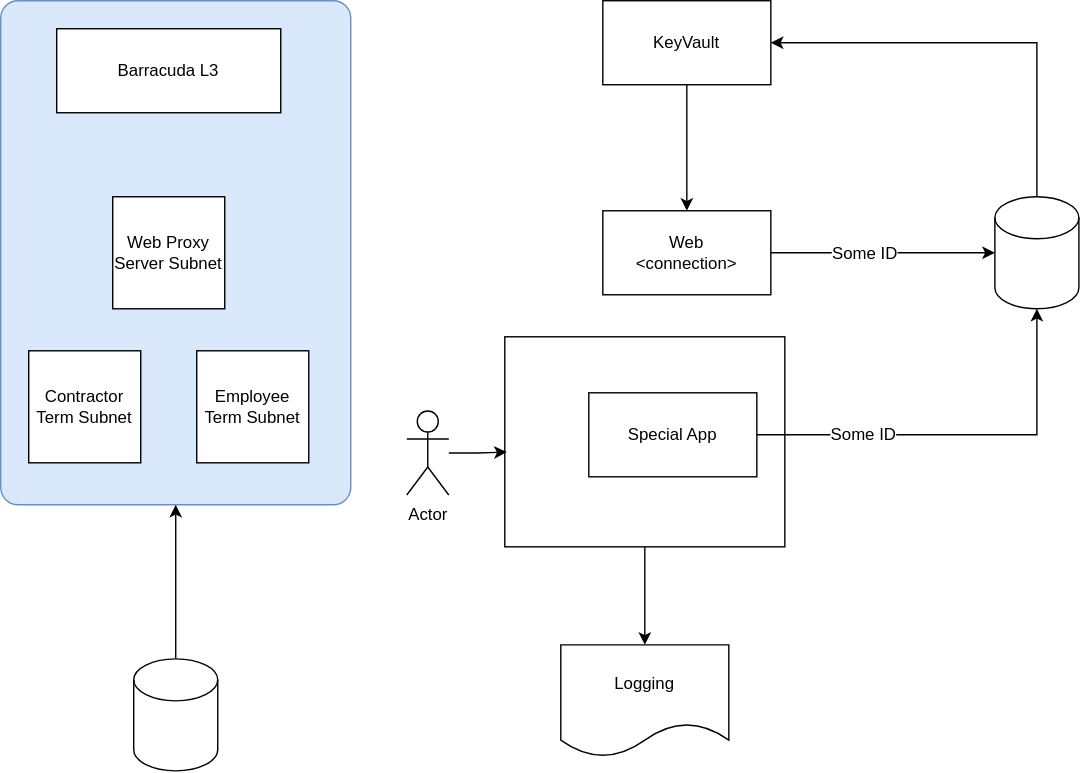
Earlier version of the draw.io export infra/SOXDataAccessNetworkPaths.svg (vjavle/invoicecloud). Source tidied: cells renumbered, new cells last; positions are measured from the earlier drawing's top-left corner, leaving out a move shared by most shapes.
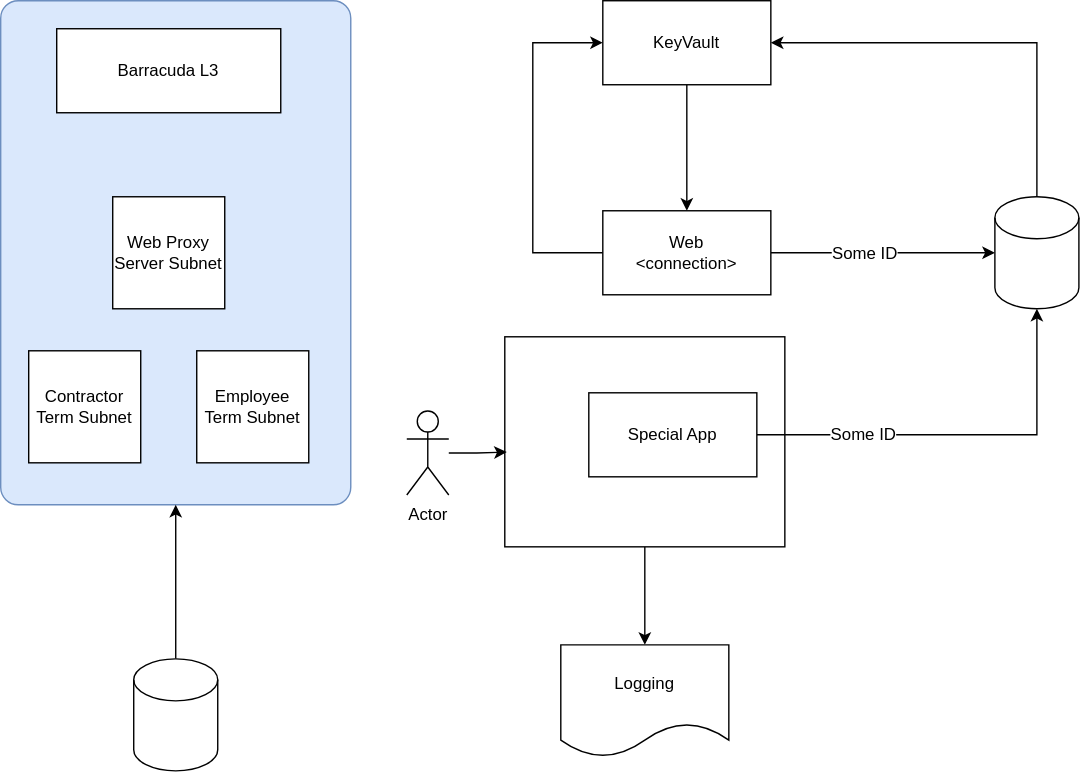
Later version of the same file.

What changed in the source:
```diff
@@ -35,6 +35,14 @@
     <mxCell id="12" value="Some ID" style="edgeLabel;html=1;align=center;verticalAlign=middle;fontSize=12;fontFamily=Helvetica;fontColor=default;" parent="11" vertex="1">
       <mxGeometry x="-0.17" y="-1" relative="1" as="geometry" />
     </mxCell>
+    <mxCell id="24" style="edgeStyle=orthogonalEdgeStyle;rounded=0;jettySize=auto;html=1;entryX=0;entryY=0.5;entryDx=0;entryDy=0;fontFamily=Helvetica;fontSize=12;fontColor=default;" parent="1" edge="1" source="13" target="23">
+      <mxGeometry relative="1" as="geometry">
+        <Array as="points">
+          <mxPoint x="380" y="180" />
+          <mxPoint x="380" y="30" />
+        </Array>
+      </mxGeometry>
+    </mxCell>
     <mxCell id="13" value="Web&lt;br&gt;&amp;lt;connection&amp;gt;" style="rounded=0;whiteSpace=wrap;html=1;fontFamily=Helvetica;fontSize=12;fontColor=default;strokeColor=default;fillColor=default;" parent="1" vertex="1">
       <mxGeometry x="430" y="150" width="120" height="60" as="geometry" />
     </mxCell>
```
